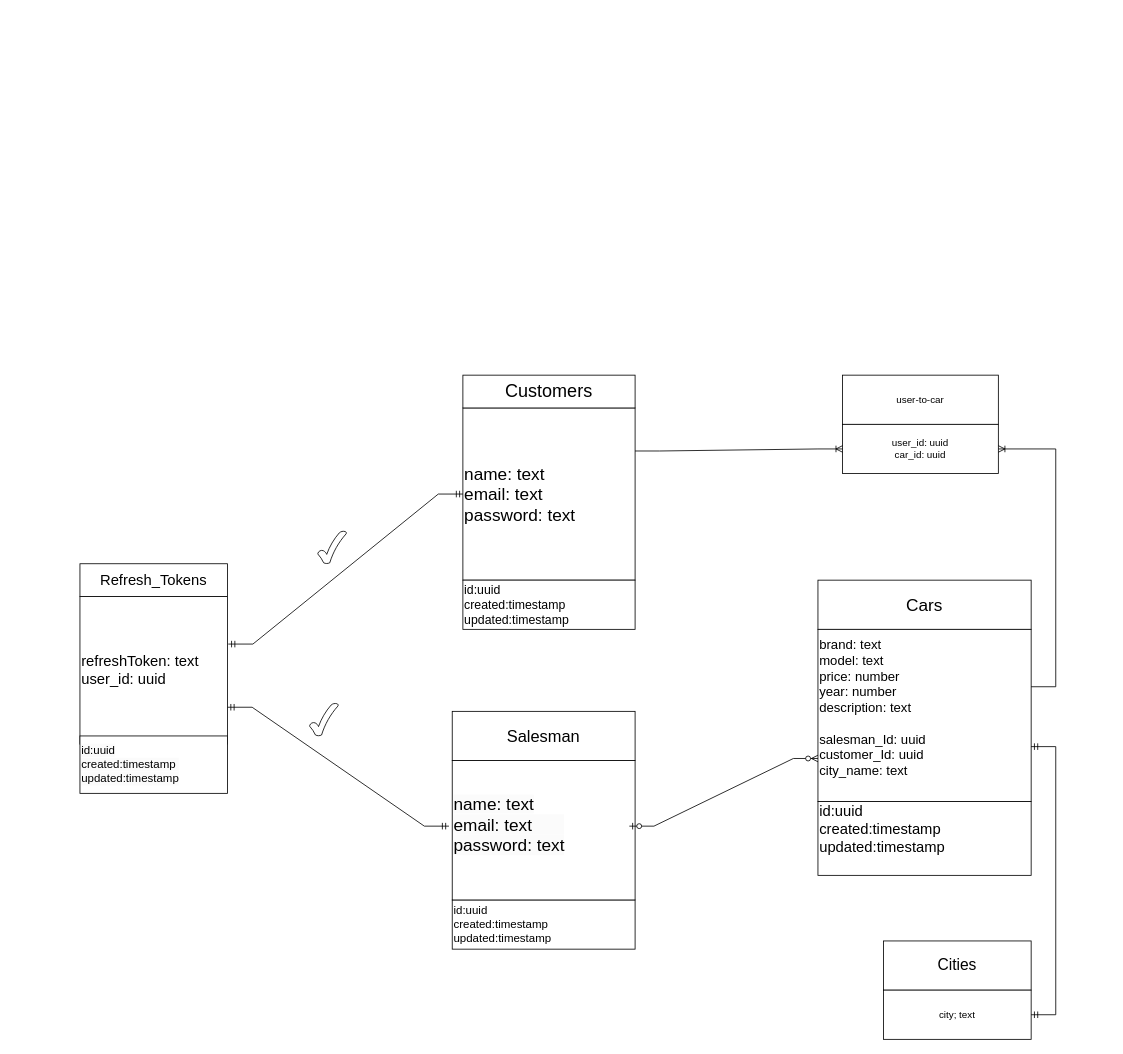
Above: AutoRia.drawio in Alex1stTry/auto-ria-clone (draw.io), before the change. Source tidied: cells renumbered, new cells numbered last; positions are measured from the earlier drawing's top-left corner, leaving out a move shared by most shapes. Both pictures are drawn from the tidied source at 82%, with x=0, y=0 at pixel (-93, 375).
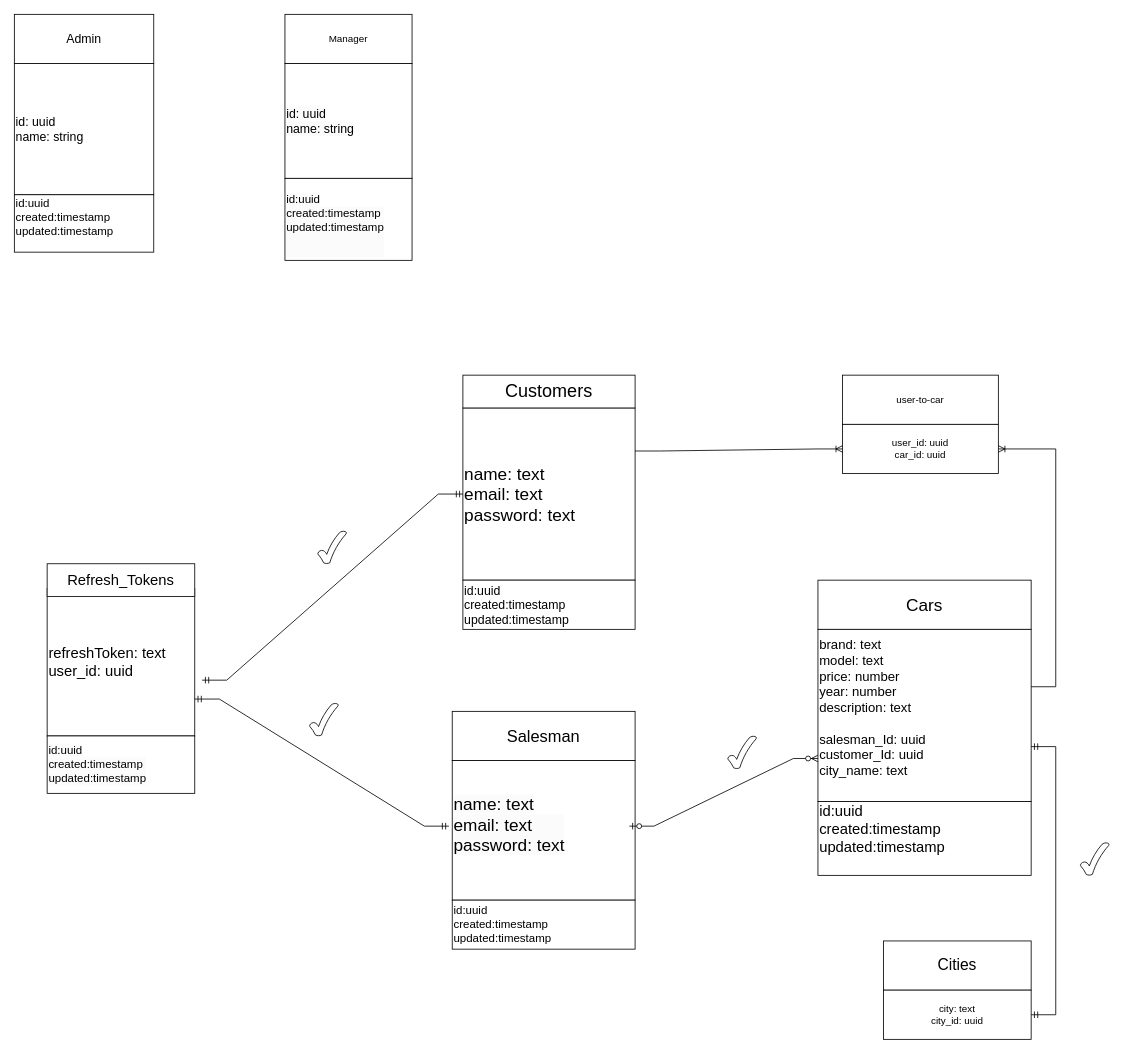
After the change.

Unchanged cells that the change refers to:
```xml
<mxCell id="2" value="&lt;font style=&quot;font-size: 21px;&quot;&gt;name: text&lt;/font&gt;&lt;div style=&quot;font-size: 21px;&quot;&gt;&lt;font style=&quot;font-size: 21px;&quot;&gt;email: text&lt;/font&gt;&lt;/div&gt;&lt;div style=&quot;font-size: 21px;&quot;&gt;&lt;font style=&quot;font-size: 21px;&quot;&gt;password: text&lt;/font&gt;&lt;/div&gt;" style="whiteSpace=wrap;html=1;align=left;" parent="1" vertex="1">
  <mxGeometry x="677" y="40" width="210" height="210" as="geometry" />
</mxCell>
```

Change to the diagram source:
```diff
@@
     <mxCell id="5" value="refreshToken: text&lt;div&gt;user_id: uuid&lt;/div&gt;" style="whiteSpace=wrap;html=1;fontSize=18;align=left;" parent="1" vertex="1">
-      <mxGeometry x="210" y="270" width="180" height="180" as="geometry" />
+      <mxGeometry x="170" y="260" width="180" height="180" as="geometry" />
     </mxCell>
     <mxCell id="6" value="Refresh_Tokens" style="rounded=0;whiteSpace=wrap;html=1;fontSize=18;" parent="1" vertex="1">
-      <mxGeometry x="210" y="230" width="180" height="40" as="geometry" />
+      <mxGeometry x="170" y="230" width="180" height="40" as="geometry" />
     </mxCell>
     <mxCell id="7" value="&lt;br&gt;&lt;span style=&quot;color: rgb(0, 0, 0); font-family: Helvetica; font-size: 14px; font-style: normal; font-variant-ligatures: normal; font-variant-caps: normal; font-weight: 400; letter-spacing: normal; orphans: 2; text-indent: 0px; text-transform: none; widows: 2; word-spacing: 0px; -webkit-text-stroke-width: 0px; white-space: normal; background-color: rgb(251, 251, 251); text-decoration-thickness: initial; text-decoration-style: initial; text-decoration-color: initial; float: none; display: inline !important;&quot;&gt;id:uuid&lt;/span&gt;&lt;div style=&quot;forced-color-adjust: none; color: rgb(0, 0, 0); font-family: Helvetica; font-size: 14px; font-style: normal; font-variant-ligatures: normal; font-variant-caps: normal; font-weight: 400; letter-spacing: normal; orphans: 2; text-indent: 0px; text-transform: none; widows: 2; word-spacing: 0px; -webkit-text-stroke-width: 0px; white-space: normal; background-color: rgb(251, 251, 251); text-decoration-thickness: initial; text-decoration-style: initial; text-decoration-color: initial;&quot;&gt;created:timestamp&lt;/div&gt;&lt;div style=&quot;forced-color-adjust: none; color: rgb(0, 0, 0); font-family: Helvetica; font-size: 14px; font-style: normal; font-variant-ligatures: normal; font-variant-caps: normal; font-weight: 400; letter-spacing: normal; orphans: 2; text-indent: 0px; text-transform: none; widows: 2; word-spacing: 0px; -webkit-text-stroke-width: 0px; white-space: normal; background-color: rgb(251, 251, 251); text-decoration-thickness: initial; text-decoration-style: initial; text-decoration-color: initial;&quot;&gt;updated:timestamp&lt;/div&gt;&lt;div&gt;&lt;br/&gt;&lt;/div&gt;" style="rounded=0;whiteSpace=wrap;html=1;align=left;fontSize=14;" parent="1" vertex="1">
-      <mxGeometry x="210" y="440" width="180" height="70" as="geometry" />
+      <mxGeometry x="170" y="440" width="180" height="70" as="geometry" />
     </mxCell>
@@
-    <mxCell id="15" value="city; text" style="whiteSpace=wrap;html=1;" parent="1" vertex="1">
+    <mxCell id="15" value="city: text&lt;div&gt;city_id: uuid&lt;/div&gt;" style="whiteSpace=wrap;html=1;" parent="1" vertex="1">
       <mxGeometry x="1190" y="750" width="180" height="60" as="geometry" />
     </mxCell>
-    <mxCell id="16" style="edgeStyle=entityRelationEdgeStyle;fontSize=12;html=1;endArrow=ERmandOne;startArrow=ERmandOne;rounded=0;entryX=0;entryY=0.5;entryDx=0;entryDy=0;exitX=1.005;exitY=0.322;exitDx=0;exitDy=0;exitPerimeter=0;" parent="1" edge="1" source="5" target="2">
+    <mxCell id="16" style="edgeStyle=entityRelationEdgeStyle;fontSize=12;html=1;endArrow=ERmandOne;startArrow=ERmandOne;rounded=0;entryX=0;entryY=0.5;entryDx=0;entryDy=0;exitX=1.05;exitY=0.622;exitDx=0;exitDy=0;exitPerimeter=0;" parent="1" edge="1" source="5" target="2">
       <mxGeometry relative="1" as="geometry">
         <Array as="points">
           <mxPoint x="480" y="130" />
         </Array>
       </mxGeometry>
     </mxCell>
@@
+    <mxCell id="26" style="verticalLabelPosition=bottom;verticalAlign=top;html=1;shape=mxgraph.basic.tick;" parent="1" vertex="1">
+      <mxGeometry x="1430" y="570" width="35" height="40" as="geometry" />
+    </mxCell>
+    <mxCell id="27" style="verticalLabelPosition=bottom;verticalAlign=top;html=1;shape=mxgraph.basic.tick;" parent="1" vertex="1">
+      <mxGeometry x="1000" y="440" width="35" height="40" as="geometry" />
+    </mxCell>
+    <mxCell id="28" value="&lt;font style=&quot;font-size: 15px;&quot;&gt;id: uuid&lt;/font&gt;&lt;div style=&quot;font-size: 15px;&quot;&gt;&lt;font style=&quot;font-size: 15px;&quot;&gt;name: string&lt;/font&gt;&lt;/div&gt;" style="whiteSpace=wrap;html=1;align=left;" parent="1" vertex="1">
+      <mxGeometry x="130" y="-380" width="170" height="160" as="geometry" />
+    </mxCell>
+    <mxCell id="29" value="&lt;font style=&quot;font-size: 15px;&quot;&gt;Admin&lt;/font&gt;" style="whiteSpace=wrap;html=1;" parent="1" vertex="1">
+      <mxGeometry x="130" y="-440" width="170" height="60" as="geometry" />
+    </mxCell>
+    <mxCell id="30" value="&lt;br&gt;&lt;br style=&quot;forced-color-adjust: none;&quot;&gt;&lt;span style=&quot;forced-color-adjust: none; font-size: 14px;&quot;&gt;id:uuid&lt;/span&gt;&lt;div style=&quot;forced-color-adjust: none; font-size: 14px;&quot;&gt;created:timestamp&lt;/div&gt;&lt;div style=&quot;forced-color-adjust: none; font-size: 14px;&quot;&gt;updated:timestamp&lt;/div&gt;&lt;div style=&quot;forced-color-adjust: none;&quot;&gt;&lt;br style=&quot;forced-color-adjust: none; color: rgb(0, 0, 0); font-family: Helvetica; font-style: normal; font-variant-ligatures: normal; font-variant-caps: normal; font-weight: 400; letter-spacing: normal; orphans: 2; text-indent: 0px; text-transform: none; widows: 2; word-spacing: 0px; -webkit-text-stroke-width: 0px; white-space: normal; background-color: rgb(251, 251, 251); text-decoration-thickness: initial; text-decoration-style: initial; text-decoration-color: initial; font-size: 14px;&quot;&gt;&lt;br&gt;&lt;br&gt;&lt;/div&gt;" style="rounded=0;whiteSpace=wrap;html=1;align=left;" parent="1" vertex="1">
+      <mxGeometry x="130" y="-220" width="170" height="70" as="geometry" />
+    </mxCell>
+    <mxCell id="31" value="Manager" style="rounded=0;whiteSpace=wrap;html=1;" parent="1" vertex="1">
+      <mxGeometry x="460" y="-440" width="155" height="60" as="geometry" />
+    </mxCell>
+    <mxCell id="32" value="&lt;br&gt;&lt;font style=&quot;forced-color-adjust: none; color: rgb(0, 0, 0); font-family: Helvetica; font-style: normal; font-variant-ligatures: normal; font-variant-caps: normal; font-weight: 400; letter-spacing: normal; orphans: 2; text-indent: 0px; text-transform: none; widows: 2; word-spacing: 0px; -webkit-text-stroke-width: 0px; white-space: normal; background-color: rgb(251, 251, 251); text-decoration-thickness: initial; text-decoration-style: initial; text-decoration-color: initial; font-size: 15px;&quot;&gt;id: uuid&lt;/font&gt;&lt;div style=&quot;forced-color-adjust: none; color: rgb(0, 0, 0); font-family: Helvetica; font-style: normal; font-variant-ligatures: normal; font-variant-caps: normal; font-weight: 400; letter-spacing: normal; orphans: 2; text-indent: 0px; text-transform: none; widows: 2; word-spacing: 0px; -webkit-text-stroke-width: 0px; white-space: normal; background-color: rgb(251, 251, 251); text-decoration-thickness: initial; text-decoration-style: initial; text-decoration-color: initial; font-size: 15px;&quot;&gt;&lt;font style=&quot;forced-color-adjust: none; font-size: 15px;&quot;&gt;name: string&lt;/font&gt;&lt;/div&gt;&lt;div&gt;&lt;br/&gt;&lt;/div&gt;" style="rounded=0;whiteSpace=wrap;html=1;align=left;" parent="1" vertex="1">
+      <mxGeometry x="460" y="-380" width="155" height="140" as="geometry" />
+    </mxCell>
+    <mxCell id="33" value="&#10;&lt;br style=&quot;forced-color-adjust: none; color: rgb(0, 0, 0); font-family: Helvetica; font-size: 12px; font-style: normal; font-variant-ligatures: normal; font-variant-caps: normal; font-weight: 400; letter-spacing: normal; orphans: 2; text-align: left; text-indent: 0px; text-transform: none; widows: 2; word-spacing: 0px; -webkit-text-stroke-width: 0px; white-space: normal; background-color: rgb(251, 251, 251); text-decoration-thickness: initial; text-decoration-style: initial; text-decoration-color: initial;&quot;&gt;&lt;br style=&quot;forced-color-adjust: none; color: rgb(0, 0, 0); font-family: Helvetica; font-size: 12px; font-style: normal; font-variant-ligatures: normal; font-variant-caps: normal; font-weight: 400; letter-spacing: normal; orphans: 2; text-align: left; text-indent: 0px; text-transform: none; widows: 2; word-spacing: 0px; -webkit-text-stroke-width: 0px; white-space: normal; background-color: rgb(251, 251, 251); text-decoration-thickness: initial; text-decoration-style: initial; text-decoration-color: initial;&quot;&gt;&lt;span style=&quot;forced-color-adjust: none; color: rgb(0, 0, 0); font-family: Helvetica; font-style: normal; font-variant-ligatures: normal; font-variant-caps: normal; font-weight: 400; letter-spacing: normal; orphans: 2; text-align: left; text-indent: 0px; text-transform: none; widows: 2; word-spacing: 0px; -webkit-text-stroke-width: 0px; white-space: normal; background-color: rgb(251, 251, 251); text-decoration-thickness: initial; text-decoration-style: initial; text-decoration-color: initial; font-size: 14px;&quot;&gt;id:uuid&lt;/span&gt;&lt;div style=&quot;forced-color-adjust: none; color: rgb(0, 0, 0); font-family: Helvetica; font-style: normal; font-variant-ligatures: normal; font-variant-caps: normal; font-weight: 400; letter-spacing: normal; orphans: 2; text-align: left; text-indent: 0px; text-transform: none; widows: 2; word-spacing: 0px; -webkit-text-stroke-width: 0px; white-space: normal; background-color: rgb(251, 251, 251); text-decoration-thickness: initial; text-decoration-style: initial; text-decoration-color: initial; font-size: 14px;&quot;&gt;created:timestamp&lt;/div&gt;&lt;div style=&quot;forced-color-adjust: none; color: rgb(0, 0, 0); font-family: Helvetica; font-style: normal; font-variant-ligatures: normal; font-variant-caps: normal; font-weight: 400; letter-spacing: normal; orphans: 2; text-align: left; text-indent: 0px; text-transform: none; widows: 2; word-spacing: 0px; -webkit-text-stroke-width: 0px; white-space: normal; background-color: rgb(251, 251, 251); text-decoration-thickness: initial; text-decoration-style: initial; text-decoration-color: initial; font-size: 14px;&quot;&gt;updated:timestamp&lt;/div&gt;&lt;div style=&quot;forced-color-adjust: none; color: rgb(0, 0, 0); font-family: Helvetica; font-size: 12px; font-style: normal; font-variant-ligatures: normal; font-variant-caps: normal; font-weight: 400; letter-spacing: normal; orphans: 2; text-align: left; text-indent: 0px; text-transform: none; widows: 2; word-spacing: 0px; -webkit-text-stroke-width: 0px; white-space: normal; background-color: rgb(251, 251, 251); text-decoration-thickness: initial; text-decoration-style: initial; text-decoration-color: initial;&quot;&gt;&lt;br style=&quot;forced-color-adjust: none; color: rgb(0, 0, 0); font-family: Helvetica; font-style: normal; font-variant-ligatures: normal; font-variant-caps: normal; font-weight: 400; letter-spacing: normal; orphans: 2; text-indent: 0px; text-transform: none; widows: 2; word-spacing: 0px; -webkit-text-stroke-width: 0px; white-space: normal; background-color: rgb(251, 251, 251); text-decoration-thickness: initial; text-decoration-style: initial; text-decoration-color: initial; font-size: 14px;&quot;&gt;&lt;br style=&quot;forced-color-adjust: none;&quot;&gt;&lt;/div&gt;&#10;&#10;" style="rounded=0;whiteSpace=wrap;html=1;align=left;" parent="1" vertex="1">
+      <mxGeometry x="460" y="-240" width="155" height="100" as="geometry" />
+    </mxCell>
+    <mxCell id="34" style="edgeStyle=orthogonalEdgeStyle;rounded=0;orthogonalLoop=1;jettySize=auto;html=1;exitX=0.5;exitY=1;exitDx=0;exitDy=0;" parent="1" edge="1" source="33" target="33">
+      <mxGeometry relative="1" as="geometry" />
+    </mxCell>
```
